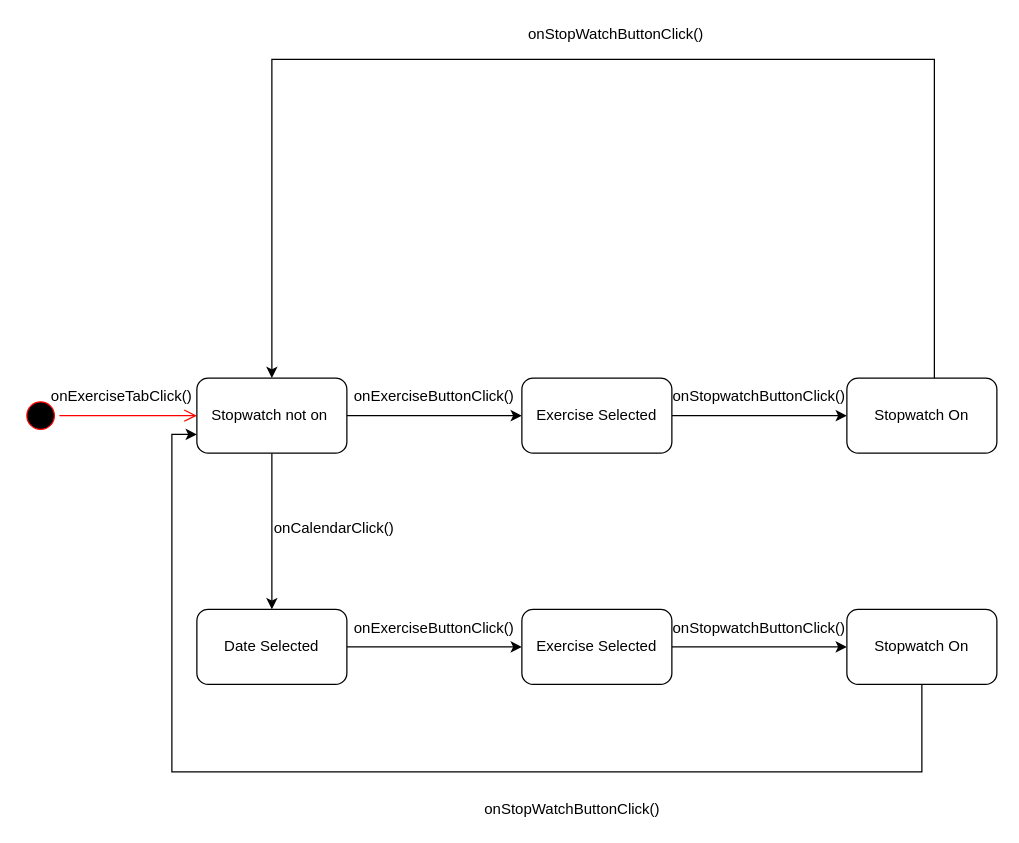
Esaied19/Team-Albatross keeps this draw.io diagram as UseStopWatch StateChart.drawio. Above is the earlier version. Source tidied: cells renumbered, new cells numbered last; positions are measured from the earlier drawing's top-left corner, leaving out a move shared by most shapes. Both pictures are drawn from the tidied source at 125%, with x=0, y=0 at pixel (21, 21).
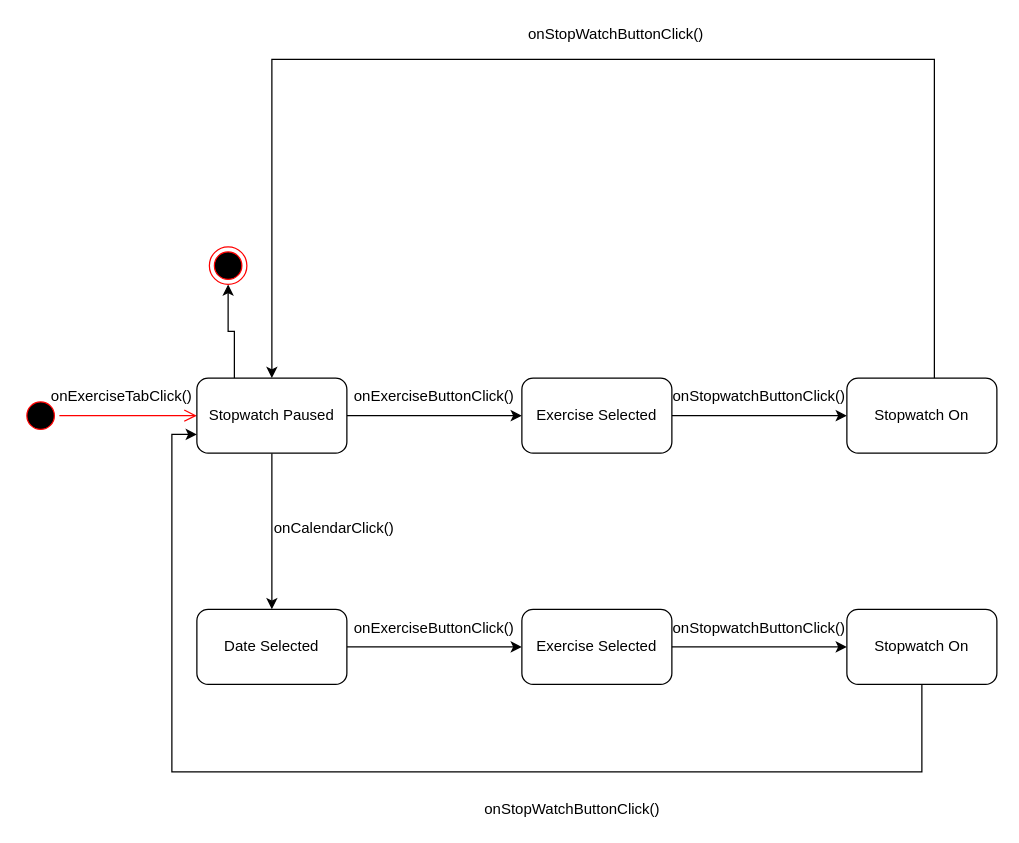
The same page after the edit.

Change to the diagram source:
```diff
@@
+    <mxCell id="25" style="edgeStyle=orthogonalEdgeStyle;rounded=0;jettySize=auto;html=1;exitX=0.25;exitY=0;exitDx=0;exitDy=0;" parent="1" edge="1" source="6" target="26">
+      <mxGeometry relative="1" as="geometry" />
+    </mxCell>
-    <mxCell id="6" value="Stopwatch not on&amp;nbsp;" style="rounded=1;whiteSpace=wrap;html=1;" parent="1" vertex="1">
+    <mxCell id="6" value="Stopwatch Paused" style="rounded=1;whiteSpace=wrap;html=1;" parent="1" vertex="1">
       <mxGeometry x="140" y="285" width="120" height="60" as="geometry" />
     </mxCell>
@@
+    <mxCell id="26" style="ellipse;html=1;shape=endState;fillColor=#000000;strokeColor=#ff0000;" parent="1" vertex="1">
+      <mxGeometry x="150" y="180" width="30" height="30" as="geometry" />
+    </mxCell>
```
